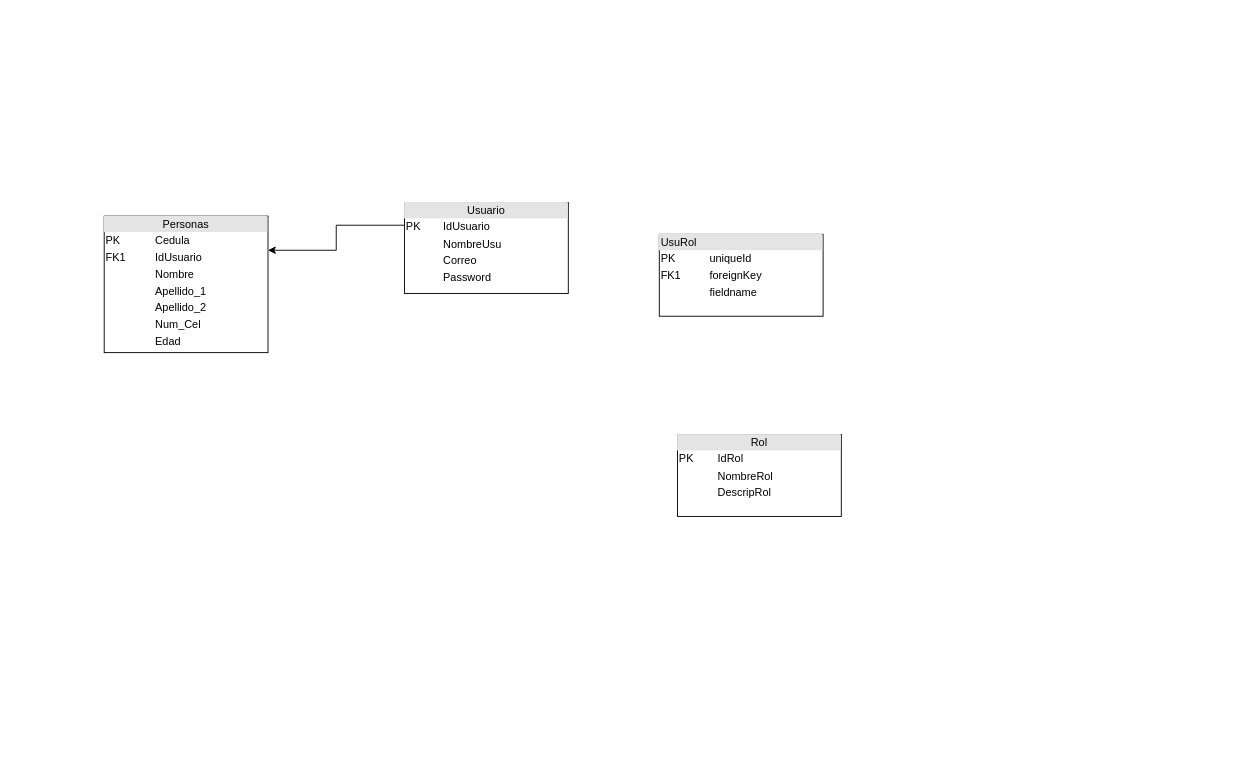
Above: BD.drawio in NotJarethGG/CosasVarias (draw.io), before the change. Source tidied: cells renumbered, new cells numbered last; positions are measured from the earlier drawing's top-left corner, leaving out a move shared by most shapes. Both pictures are drawn from the tidied source at 91%, with x=0, y=0 at pixel (104, 202).
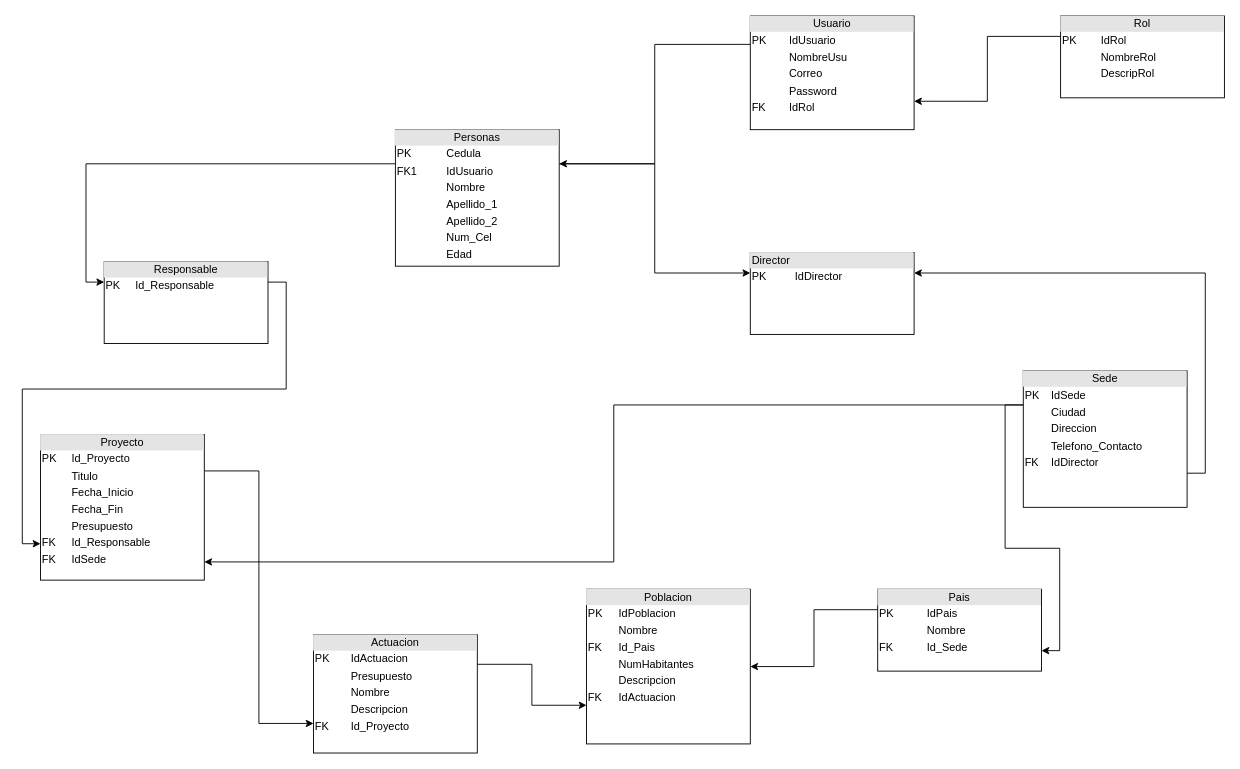
The same diagram, later.

Diff of the diagram source:
```diff
@@
+    <mxCell id="7" style="edgeStyle=orthogonalEdgeStyle;rounded=0;jettySize=auto;html=1;exitX=0;exitY=0.25;exitDx=0;exitDy=0;entryX=0;entryY=0.25;entryDx=0;entryDy=0;" parent="1" edge="1" source="2" target="19">
+      <mxGeometry relative="1" as="geometry" />
+    </mxCell>
+    <mxCell id="8" style="edgeStyle=orthogonalEdgeStyle;rounded=0;jettySize=auto;html=1;exitX=1;exitY=0.25;exitDx=0;exitDy=0;entryX=0;entryY=0.25;entryDx=0;entryDy=0;" parent="1" edge="1" source="2" target="23">
+      <mxGeometry relative="1" as="geometry" />
+    </mxCell>
     <mxCell id="2" value="&lt;div style=&quot;text-align: center; box-sizing: border-box; width: 100%; background: rgb(228, 228, 228); padding: 2px;&quot;&gt;Personas&lt;/div&gt;&lt;table style=&quot;width:100%;font-size:1em;&quot; cellpadding=&quot;2&quot; cellspacing=&quot;0&quot;&gt;&lt;tbody&gt;&lt;tr&gt;&lt;td&gt;PK&lt;/td&gt;&lt;td&gt;Cedula&lt;/td&gt;&lt;/tr&gt;&lt;tr&gt;&lt;td&gt;FK1&lt;/td&gt;&lt;td&gt;IdUsuario&lt;/td&gt;&lt;/tr&gt;&lt;tr&gt;&lt;td&gt;&lt;/td&gt;&lt;td&gt;Nombre&lt;/td&gt;&lt;/tr&gt;&lt;tr&gt;&lt;td&gt;&lt;br&gt;&lt;/td&gt;&lt;td&gt;Apellido_1&lt;/td&gt;&lt;/tr&gt;&lt;tr&gt;&lt;td&gt;&lt;br&gt;&lt;/td&gt;&lt;td&gt;Apellido_2&lt;/td&gt;&lt;/tr&gt;&lt;tr&gt;&lt;td&gt;&lt;br&gt;&lt;/td&gt;&lt;td&gt;Num_Cel&lt;/td&gt;&lt;/tr&gt;&lt;tr&gt;&lt;td&gt;&lt;br&gt;&lt;/td&gt;&lt;td&gt;Edad&lt;/td&gt;&lt;/tr&gt;&lt;/tbody&gt;&lt;/table&gt;" style="verticalAlign=top;align=left;overflow=fill;html=1;whiteSpace=wrap;" parent="1" vertex="1">
-      <mxGeometry y="15" width="180" height="150" as="geometry" />
+      <mxGeometry x="320" y="-80" width="180" height="150" as="geometry" />
     </mxCell>
@@
-    <mxCell id="4" value="&lt;div style=&quot;text-align: center; box-sizing: border-box; width: 100%; background: rgb(228, 228, 228); padding: 2px;&quot;&gt;Usuario&lt;/div&gt;&lt;table style=&quot;width:100%;font-size:1em;&quot; cellpadding=&quot;2&quot; cellspacing=&quot;0&quot;&gt;&lt;tbody&gt;&lt;tr&gt;&lt;td&gt;PK&lt;/td&gt;&lt;td&gt;IdUsuario&lt;/td&gt;&lt;/tr&gt;&lt;tr&gt;&lt;td&gt;&lt;br&gt;&lt;/td&gt;&lt;td&gt;NombreUsu&lt;/td&gt;&lt;/tr&gt;&lt;tr&gt;&lt;td&gt;&lt;/td&gt;&lt;td&gt;Correo&lt;/td&gt;&lt;/tr&gt;&lt;tr&gt;&lt;td&gt;&lt;br&gt;&lt;/td&gt;&lt;td&gt;Password&lt;/td&gt;&lt;/tr&gt;&lt;/tbody&gt;&lt;/table&gt;" style="verticalAlign=top;align=left;overflow=fill;html=1;whiteSpace=wrap;" parent="1" vertex="1">
-      <mxGeometry x="330" width="180" height="100" as="geometry" />
+    <mxCell id="4" value="&lt;div style=&quot;text-align: center; box-sizing: border-box; width: 100%; background: rgb(228, 228, 228); padding: 2px;&quot;&gt;Usuario&lt;/div&gt;&lt;table style=&quot;width:100%;font-size:1em;&quot; cellpadding=&quot;2&quot; cellspacing=&quot;0&quot;&gt;&lt;tbody&gt;&lt;tr&gt;&lt;td&gt;PK&lt;/td&gt;&lt;td&gt;IdUsuario&lt;/td&gt;&lt;/tr&gt;&lt;tr&gt;&lt;td&gt;&lt;br&gt;&lt;/td&gt;&lt;td&gt;NombreUsu&lt;/td&gt;&lt;/tr&gt;&lt;tr&gt;&lt;td&gt;&lt;/td&gt;&lt;td&gt;Correo&lt;/td&gt;&lt;/tr&gt;&lt;tr&gt;&lt;td&gt;&lt;br&gt;&lt;/td&gt;&lt;td&gt;Password&lt;/td&gt;&lt;/tr&gt;&lt;tr&gt;&lt;td&gt;FK&lt;/td&gt;&lt;td&gt;IdRol&lt;/td&gt;&lt;/tr&gt;&lt;/tbody&gt;&lt;/table&gt;" style="verticalAlign=top;align=left;overflow=fill;html=1;whiteSpace=wrap;" parent="1" vertex="1">
+      <mxGeometry x="710" y="-205" width="180" height="125" as="geometry" />
     </mxCell>
+    <mxCell id="9" style="edgeStyle=orthogonalEdgeStyle;rounded=0;jettySize=auto;html=1;exitX=0;exitY=0.25;exitDx=0;exitDy=0;entryX=1;entryY=0.75;entryDx=0;entryDy=0;" parent="1" edge="1" source="5" target="4">
+      <mxGeometry relative="1" as="geometry" />
+    </mxCell>
     <mxCell id="5" value="&lt;div style=&quot;text-align: center; box-sizing: border-box; width: 100%; background: rgb(228, 228, 228); padding: 2px;&quot;&gt;Rol&lt;/div&gt;&lt;table style=&quot;width:100%;font-size:1em;&quot; cellpadding=&quot;2&quot; cellspacing=&quot;0&quot;&gt;&lt;tbody&gt;&lt;tr&gt;&lt;td&gt;PK&lt;/td&gt;&lt;td&gt;IdRol&lt;/td&gt;&lt;/tr&gt;&lt;tr&gt;&lt;td&gt;&lt;br&gt;&lt;/td&gt;&lt;td&gt;NombreRol&lt;/td&gt;&lt;/tr&gt;&lt;tr&gt;&lt;td&gt;&lt;/td&gt;&lt;td&gt;DescripRol&lt;/td&gt;&lt;/tr&gt;&lt;/tbody&gt;&lt;/table&gt;" style="verticalAlign=top;align=left;overflow=fill;html=1;whiteSpace=wrap;" parent="1" vertex="1">
-      <mxGeometry x="630" y="255" width="180" height="90" as="geometry" />
+      <mxGeometry x="1051" y="-205" width="180" height="90" as="geometry" />
     </mxCell>
-    <mxCell id="6" value="&lt;div style=&quot;box-sizing:border-box;width:100%;background:#e4e4e4;padding:2px;&quot;&gt;UsuRol&lt;/div&gt;&lt;table style=&quot;width:100%;font-size:1em;&quot; cellpadding=&quot;2&quot; cellspacing=&quot;0&quot;&gt;&lt;tbody&gt;&lt;tr&gt;&lt;td&gt;PK&lt;/td&gt;&lt;td&gt;uniqueId&lt;/td&gt;&lt;/tr&gt;&lt;tr&gt;&lt;td&gt;FK1&lt;/td&gt;&lt;td&gt;foreignKey&lt;/td&gt;&lt;/tr&gt;&lt;tr&gt;&lt;td&gt;&lt;/td&gt;&lt;td&gt;fieldname&lt;/td&gt;&lt;/tr&gt;&lt;/tbody&gt;&lt;/table&gt;" style="verticalAlign=top;align=left;overflow=fill;html=1;whiteSpace=wrap;" parent="1" vertex="1">
-      <mxGeometry x="610" y="35" width="180" height="90" as="geometry" />
-    </mxCell>
+    <mxCell id="10" style="edgeStyle=orthogonalEdgeStyle;rounded=0;jettySize=auto;html=1;exitX=0;exitY=0.25;exitDx=0;exitDy=0;entryX=1;entryY=0.75;entryDx=0;entryDy=0;" parent="1" edge="1" source="13" target="15">
+      <mxGeometry relative="1" as="geometry" />
+    </mxCell>
+    <mxCell id="11" style="edgeStyle=orthogonalEdgeStyle;rounded=0;jettySize=auto;html=1;exitX=1;exitY=0.75;exitDx=0;exitDy=0;entryX=1;entryY=0.25;entryDx=0;entryDy=0;" parent="1" edge="1" source="13" target="23">
+      <mxGeometry relative="1" as="geometry" />
+    </mxCell>
+    <mxCell id="12" style="edgeStyle=orthogonalEdgeStyle;rounded=0;jettySize=auto;html=1;exitX=0;exitY=0.25;exitDx=0;exitDy=0;entryX=1;entryY=0.875;entryDx=0;entryDy=0;entryPerimeter=0;" parent="1" edge="1" source="13" target="17">
+      <mxGeometry relative="1" as="geometry" />
+    </mxCell>
+    <mxCell id="13" value="&lt;div style=&quot;text-align: center; box-sizing: border-box; width: 100%; background: rgb(228, 228, 228); padding: 2px;&quot;&gt;Sede&lt;/div&gt;&lt;table style=&quot;width:100%;font-size:1em;&quot; cellpadding=&quot;2&quot; cellspacing=&quot;0&quot;&gt;&lt;tbody&gt;&lt;tr&gt;&lt;td&gt;PK&lt;/td&gt;&lt;td&gt;IdSede&lt;/td&gt;&lt;/tr&gt;&lt;tr&gt;&lt;td&gt;&lt;br&gt;&lt;/td&gt;&lt;td&gt;Ciudad&lt;/td&gt;&lt;/tr&gt;&lt;tr&gt;&lt;td&gt;&lt;/td&gt;&lt;td&gt;Direccion&lt;/td&gt;&lt;/tr&gt;&lt;tr&gt;&lt;td&gt;&lt;br&gt;&lt;/td&gt;&lt;td&gt;Telefono_Contacto&lt;/td&gt;&lt;/tr&gt;&lt;tr&gt;&lt;td&gt;FK&lt;/td&gt;&lt;td&gt;IdDirector&lt;/td&gt;&lt;/tr&gt;&lt;/tbody&gt;&lt;/table&gt;" style="verticalAlign=top;align=left;overflow=fill;html=1;whiteSpace=wrap;" parent="1" vertex="1">
+      <mxGeometry x="1010" y="185" width="180" height="150" as="geometry" />
+    </mxCell>
+    <mxCell id="14" style="edgeStyle=orthogonalEdgeStyle;rounded=0;jettySize=auto;html=1;exitX=0;exitY=0.25;exitDx=0;exitDy=0;entryX=1;entryY=0.5;entryDx=0;entryDy=0;" parent="1" edge="1" source="15" target="22">
+      <mxGeometry relative="1" as="geometry" />
+    </mxCell>
+    <mxCell id="15" value="&lt;div style=&quot;text-align: center; box-sizing: border-box; width: 100%; background: rgb(228, 228, 228); padding: 2px;&quot;&gt;Pais&lt;/div&gt;&lt;table style=&quot;width:100%;font-size:1em;&quot; cellpadding=&quot;2&quot; cellspacing=&quot;0&quot;&gt;&lt;tbody&gt;&lt;tr&gt;&lt;td&gt;PK&lt;/td&gt;&lt;td&gt;IdPais&lt;/td&gt;&lt;/tr&gt;&lt;tr&gt;&lt;td&gt;&lt;br&gt;&lt;/td&gt;&lt;td&gt;Nombre&lt;/td&gt;&lt;/tr&gt;&lt;tr&gt;&lt;td&gt;FK&lt;/td&gt;&lt;td&gt;Id_Sede&lt;/td&gt;&lt;/tr&gt;&lt;/tbody&gt;&lt;/table&gt;" style="verticalAlign=top;align=left;overflow=fill;html=1;whiteSpace=wrap;" parent="1" vertex="1">
+      <mxGeometry x="850" y="425" width="180" height="90" as="geometry" />
+    </mxCell>
+    <mxCell id="16" style="edgeStyle=orthogonalEdgeStyle;rounded=0;jettySize=auto;html=1;exitX=1;exitY=0.25;exitDx=0;exitDy=0;entryX=0;entryY=0.75;entryDx=0;entryDy=0;" parent="1" edge="1" source="17" target="21">
+      <mxGeometry relative="1" as="geometry" />
+    </mxCell>
+    <mxCell id="17" value="&lt;div style=&quot;text-align: center; box-sizing: border-box; width: 100%; background: rgb(228, 228, 228); padding: 2px;&quot;&gt;Proyecto&lt;/div&gt;&lt;table style=&quot;width:100%;font-size:1em;&quot; cellpadding=&quot;2&quot; cellspacing=&quot;0&quot;&gt;&lt;tbody&gt;&lt;tr&gt;&lt;td&gt;PK&lt;/td&gt;&lt;td&gt;Id_Proyecto&lt;/td&gt;&lt;/tr&gt;&lt;tr&gt;&lt;td&gt;&lt;br&gt;&lt;/td&gt;&lt;td&gt;Titulo&lt;/td&gt;&lt;/tr&gt;&lt;tr&gt;&lt;td&gt;&lt;/td&gt;&lt;td&gt;Fecha_Inicio&lt;/td&gt;&lt;/tr&gt;&lt;tr&gt;&lt;td&gt;&lt;br&gt;&lt;/td&gt;&lt;td&gt;Fecha_Fin&lt;/td&gt;&lt;/tr&gt;&lt;tr&gt;&lt;td&gt;&lt;br&gt;&lt;/td&gt;&lt;td&gt;Presupuesto&lt;/td&gt;&lt;/tr&gt;&lt;tr&gt;&lt;td&gt;FK&lt;/td&gt;&lt;td&gt;Id_Responsable&lt;/td&gt;&lt;/tr&gt;&lt;tr&gt;&lt;td&gt;FK&lt;/td&gt;&lt;td&gt;IdSede&lt;/td&gt;&lt;/tr&gt;&lt;/tbody&gt;&lt;/table&gt;" style="verticalAlign=top;align=left;overflow=fill;html=1;whiteSpace=wrap;" parent="1" vertex="1">
+      <mxGeometry x="-70" y="255" width="180" height="160" as="geometry" />
+    </mxCell>
+    <mxCell id="18" style="edgeStyle=orthogonalEdgeStyle;rounded=0;jettySize=auto;html=1;exitX=1;exitY=0.25;exitDx=0;exitDy=0;entryX=0;entryY=0.75;entryDx=0;entryDy=0;" parent="1" edge="1" source="19" target="17">
+      <mxGeometry relative="1" as="geometry" />
+    </mxCell>
+    <mxCell id="19" value="&lt;div style=&quot;text-align: center; box-sizing: border-box; width: 100%; background: rgb(228, 228, 228); padding: 2px;&quot;&gt;Responsable&lt;/div&gt;&lt;table style=&quot;width:100%;font-size:1em;&quot; cellpadding=&quot;2&quot; cellspacing=&quot;0&quot;&gt;&lt;tbody&gt;&lt;tr&gt;&lt;td&gt;PK&lt;/td&gt;&lt;td&gt;Id_Responsable&lt;/td&gt;&lt;/tr&gt;&lt;tr&gt;&lt;td&gt;&lt;br&gt;&lt;/td&gt;&lt;td&gt;&lt;br&gt;&lt;/td&gt;&lt;/tr&gt;&lt;tr&gt;&lt;td&gt;&lt;/td&gt;&lt;td&gt;&lt;br&gt;&lt;/td&gt;&lt;/tr&gt;&lt;/tbody&gt;&lt;/table&gt;" style="verticalAlign=top;align=left;overflow=fill;html=1;whiteSpace=wrap;" parent="1" vertex="1">
+      <mxGeometry y="65" width="180" height="90" as="geometry" />
+    </mxCell>
+    <mxCell id="20" style="edgeStyle=orthogonalEdgeStyle;rounded=0;jettySize=auto;html=1;exitX=1;exitY=0.25;exitDx=0;exitDy=0;entryX=0;entryY=0.75;entryDx=0;entryDy=0;" parent="1" edge="1" source="21" target="22">
+      <mxGeometry relative="1" as="geometry" />
+    </mxCell>
+    <mxCell id="21" value="&lt;div style=&quot;text-align: center; box-sizing: border-box; width: 100%; background: rgb(228, 228, 228); padding: 2px;&quot;&gt;Actuacion&lt;/div&gt;&lt;table style=&quot;width:100%;font-size:1em;&quot; cellpadding=&quot;2&quot; cellspacing=&quot;0&quot;&gt;&lt;tbody&gt;&lt;tr&gt;&lt;td&gt;PK&lt;/td&gt;&lt;td&gt;IdActuacion&lt;/td&gt;&lt;/tr&gt;&lt;tr&gt;&lt;td&gt;&lt;br&gt;&lt;/td&gt;&lt;td&gt;Presupuesto&lt;/td&gt;&lt;/tr&gt;&lt;tr&gt;&lt;td&gt;&lt;/td&gt;&lt;td&gt;Nombre&lt;/td&gt;&lt;/tr&gt;&lt;tr&gt;&lt;td&gt;&lt;br&gt;&lt;/td&gt;&lt;td&gt;Descripcion&lt;/td&gt;&lt;/tr&gt;&lt;tr&gt;&lt;td&gt;FK&lt;/td&gt;&lt;td&gt;Id_Proyecto&lt;/td&gt;&lt;/tr&gt;&lt;/tbody&gt;&lt;/table&gt;" style="verticalAlign=top;align=left;overflow=fill;html=1;whiteSpace=wrap;" parent="1" vertex="1">
+      <mxGeometry x="230" y="475" width="180" height="130" as="geometry" />
+    </mxCell>
+    <mxCell id="22" value="&lt;div style=&quot;text-align: center; box-sizing: border-box; width: 100%; background: rgb(228, 228, 228); padding: 2px;&quot;&gt;Poblacion&lt;/div&gt;&lt;table style=&quot;width:100%;font-size:1em;&quot; cellpadding=&quot;2&quot; cellspacing=&quot;0&quot;&gt;&lt;tbody&gt;&lt;tr&gt;&lt;td&gt;PK&lt;/td&gt;&lt;td&gt;IdPoblacion&lt;/td&gt;&lt;/tr&gt;&lt;tr&gt;&lt;td&gt;&lt;br&gt;&lt;/td&gt;&lt;td&gt;Nombre&lt;/td&gt;&lt;/tr&gt;&lt;tr&gt;&lt;td&gt;FK&lt;/td&gt;&lt;td&gt;Id_Pais&lt;/td&gt;&lt;/tr&gt;&lt;tr&gt;&lt;td&gt;&lt;br&gt;&lt;/td&gt;&lt;td&gt;NumHabitantes&lt;/td&gt;&lt;/tr&gt;&lt;tr&gt;&lt;td&gt;&lt;br&gt;&lt;/td&gt;&lt;td&gt;Descripcion&lt;/td&gt;&lt;/tr&gt;&lt;tr&gt;&lt;td&gt;FK&lt;/td&gt;&lt;td&gt;IdActuacion&lt;/td&gt;&lt;/tr&gt;&lt;/tbody&gt;&lt;/table&gt;" style="verticalAlign=top;align=left;overflow=fill;html=1;whiteSpace=wrap;" parent="1" vertex="1">
+      <mxGeometry x="530" y="425" width="180" height="170" as="geometry" />
+    </mxCell>
+    <mxCell id="23" value="&lt;div style=&quot;box-sizing:border-box;width:100%;background:#e4e4e4;padding:2px;&quot;&gt;Director&lt;/div&gt;&lt;table style=&quot;width:100%;font-size:1em;&quot; cellpadding=&quot;2&quot; cellspacing=&quot;0&quot;&gt;&lt;tbody&gt;&lt;tr&gt;&lt;td&gt;PK&lt;/td&gt;&lt;td&gt;IdDirector&lt;/td&gt;&lt;/tr&gt;&lt;tr&gt;&lt;td&gt;&lt;br&gt;&lt;/td&gt;&lt;td&gt;&lt;br&gt;&lt;/td&gt;&lt;/tr&gt;&lt;tr&gt;&lt;td&gt;&lt;/td&gt;&lt;td&gt;&lt;br&gt;&lt;/td&gt;&lt;/tr&gt;&lt;/tbody&gt;&lt;/table&gt;" style="verticalAlign=top;align=left;overflow=fill;html=1;whiteSpace=wrap;" parent="1" vertex="1">
+      <mxGeometry x="710" y="55" width="180" height="90" as="geometry" />
+    </mxCell>
```
